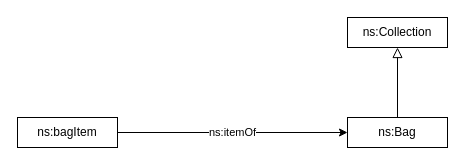
Before: MODL Library Simplified/aggregationSimplified.drawio in nd-crane/Drawio-experiments, a draw.io diagram. Source tidied: cells renumbered, new cells numbered last; positions are measured from the earlier drawing's top-left corner, leaving out a move shared by most shapes. Both pictures are drawn from the tidied source at 100%, with x=0, y=0 at pixel (17, 17).
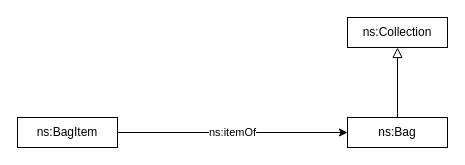
Above is the later version.

Commit message (it also covers changes not shown here):
building simplified library

Change to the diagram source:
```diff
@@
 <mxGraphModel>
   <root>
     <mxCell id="0" />
     <mxCell id="1" parent="0" />
     <mxCell id="2" style="endArrow=block;html=1;fontColor=#000099;exitX=0.5;exitY=0;exitDx=0;exitDy=0;endFill=0;entryX=0.5;entryY=1;entryDx=0;entryDy=0;endSize=8;arcSize=0;" parent="1" edge="1" source="4" target="3">
       <mxGeometry relative="1" as="geometry" />
     </mxCell>
     <mxCell id="3" value="ns:Collection" style="rounded=0;whiteSpace=wrap;html=1;snapToPoint=1;points=[[0.1,0],[0.2,0],[0.3,0],[0.4,0],[0.5,0],[0.6,0],[0.7,0],[0.8,0],[0.9,0],[0,0.1],[0,0.3],[0,0.5],[0,0.7],[0,0.9],[0.1,1],[0.2,1],[0.3,1],[0.4,1],[0.5,1],[0.6,1],[0.7,1],[0.8,1],[0.9,1],[1,0.1],[1,0.3],[1,0.5],[1,0.7],[1,0.9]];" parent="1" vertex="1">
       <mxGeometry x="330" width="100" height="30" as="geometry" />
     </mxCell>
     <mxCell id="4" value="ns:Bag" style="rounded=0;whiteSpace=wrap;html=1;snapToPoint=1;points=[[0.1,0],[0.2,0],[0.3,0],[0.4,0],[0.5,0],[0.6,0],[0.7,0],[0.8,0],[0.9,0],[0,0.1],[0,0.3],[0,0.5],[0,0.7],[0,0.9],[0.1,1],[0.2,1],[0.3,1],[0.4,1],[0.5,1],[0.6,1],[0.7,1],[0.8,1],[0.9,1],[1,0.1],[1,0.3],[1,0.5],[1,0.7],[1,0.9]];" parent="1" vertex="1">
       <mxGeometry x="330" y="100" width="100" height="30" as="geometry" />
     </mxCell>
     <mxCell id="5" value="ns:itemOf" style="edgeStyle=none;html=1;exitX=1;exitY=0.5;exitDx=0;exitDy=0;entryX=0;entryY=0.5;entryDx=0;entryDy=0;" parent="1" edge="1" source="6" target="4">
       <mxGeometry relative="1" as="geometry" />
     </mxCell>
-    <mxCell id="6" value="ns:bagItem" style="rounded=0;whiteSpace=wrap;html=1;snapToPoint=1;points=[[0.1,0],[0.2,0],[0.3,0],[0.4,0],[0.5,0],[0.6,0],[0.7,0],[0.8,0],[0.9,0],[0,0.1],[0,0.3],[0,0.5],[0,0.7],[0,0.9],[0.1,1],[0.2,1],[0.3,1],[0.4,1],[0.5,1],[0.6,1],[0.7,1],[0.8,1],[0.9,1],[1,0.1],[1,0.3],[1,0.5],[1,0.7],[1,0.9]];" parent="1" vertex="1">
+    <mxCell id="6" value="ns:BagItem" style="rounded=0;whiteSpace=wrap;html=1;snapToPoint=1;points=[[0.1,0],[0.2,0],[0.3,0],[0.4,0],[0.5,0],[0.6,0],[0.7,0],[0.8,0],[0.9,0],[0,0.1],[0,0.3],[0,0.5],[0,0.7],[0,0.9],[0.1,1],[0.2,1],[0.3,1],[0.4,1],[0.5,1],[0.6,1],[0.7,1],[0.8,1],[0.9,1],[1,0.1],[1,0.3],[1,0.5],[1,0.7],[1,0.9]];" parent="1" vertex="1">
       <mxGeometry y="100" width="100" height="30" as="geometry" />
     </mxCell>
   </root>
 </mxGraphModel>
```
